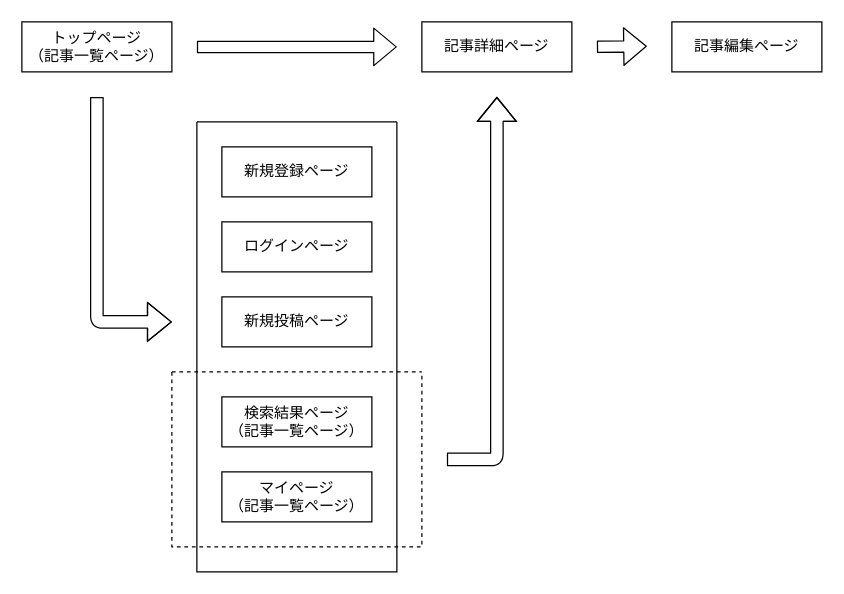
murataholic/tarot_deck keeps this draw.io diagram as screen_flow.dio. Above is the earlier version. Source tidied: cells renumbered, new cells numbered last; positions are measured from the earlier drawing's top-left corner, leaving out a move shared by most shapes. Both pictures are drawn from the tidied source at 125%, with x=0, y=0 at pixel (21, 21).
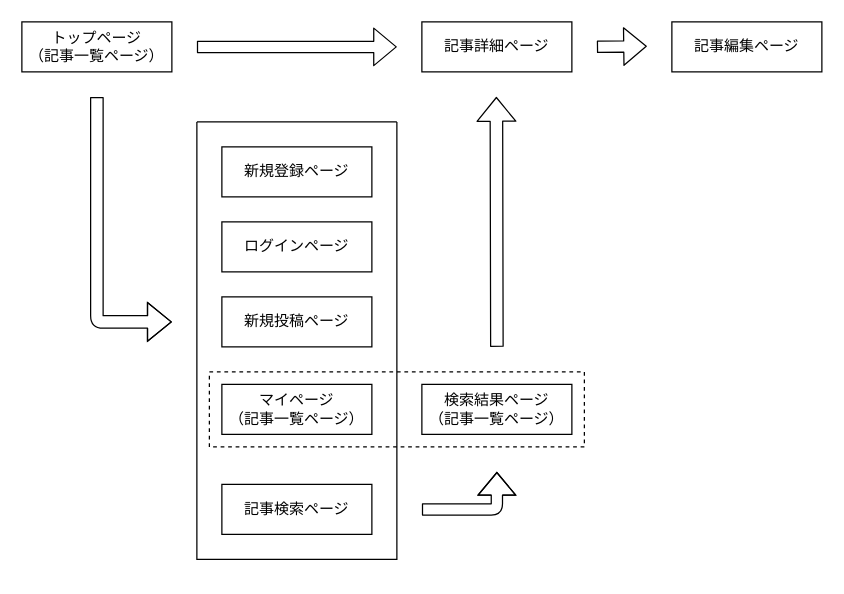
The same diagram, later.

Commit message (it also covers changes not shown here):
ER図・画面遷移図・READMEの修正

The edit, as a diff of the source:
```diff
@@
+    <mxCell id="17" style="rounded=0;whiteSpace=wrap;html=1;dashed=1;" parent="1" vertex="1">
+      <mxGeometry x="150" y="280" width="300" height="60" as="geometry" />
+    </mxCell>
     <mxCell id="2" style="swimlane;startSize=0;fontSize=12;fillColor=#000000;" parent="1" vertex="1">
-      <mxGeometry x="140" y="80" width="160" height="360" as="geometry" />
+      <mxGeometry x="140" y="80" width="160" height="350" as="geometry" />
     </mxCell>
-    <mxCell id="3" value="検索結果ページ&lt;br&gt;（記事一覧ページ）" style="whiteSpace=wrap;html=1;align=center;" parent="2" vertex="1">
-      <mxGeometry x="20" y="220" width="120" height="40" as="geometry" />
-    </mxCell>
+    <mxCell id="18" value="記事検索ページ" style="whiteSpace=wrap;html=1;align=center;" parent="2" vertex="1">
+      <mxGeometry x="20" y="290" width="120" height="40" as="geometry" />
+    </mxCell>
     <mxCell id="4" value="マイページ&lt;br&gt;（記事一覧ページ）" style="whiteSpace=wrap;html=1;align=center;fontSize=12;" parent="2" vertex="1">
-      <mxGeometry x="20" y="280" width="120" height="40" as="geometry" />
+      <mxGeometry x="20" y="210" width="120" height="40" as="geometry" />
     </mxCell>
-    <mxCell id="5" style="swimlane;startSize=0;fontSize=12;dashed=1;" parent="1" vertex="1">
-      <mxGeometry x="120" y="280" width="200" height="140" as="geometry" />
-    </mxCell>
@@
     <mxCell id="15" style="shape=flexArrow;endArrow=classic;html=1;fontSize=12;" parent="1" edge="1">
       <mxGeometry relative="1" as="geometry">
-        <mxPoint x="340" y="350" as="sourcePoint" />
-        <mxPoint x="380" y="60" as="targetPoint" />
-        <Array as="points">
-          <mxPoint x="380" y="350" />
-        </Array>
+        <mxPoint x="380" y="260" as="sourcePoint" />
+        <mxPoint x="379.6" y="60" as="targetPoint" />
       </mxGeometry>
     </mxCell>
@@
+    <mxCell id="3" value="検索結果ページ&lt;br&gt;（記事一覧ページ）" style="whiteSpace=wrap;html=1;align=center;" parent="1" vertex="1">
+      <mxGeometry x="320" y="290" width="120" height="40" as="geometry" />
+    </mxCell>
+    <mxCell id="19" style="shape=flexArrow;endArrow=classic;html=1;fontSize=12;width=9;endSize=5.67;" parent="1" edge="1">
+      <mxGeometry relative="1" as="geometry">
+        <mxPoint x="320" y="390" as="sourcePoint" />
+        <mxPoint x="380" y="360" as="targetPoint" />
+        <Array as="points">
+          <mxPoint x="380" y="390" />
+        </Array>
+      </mxGeometry>
+    </mxCell>
```
